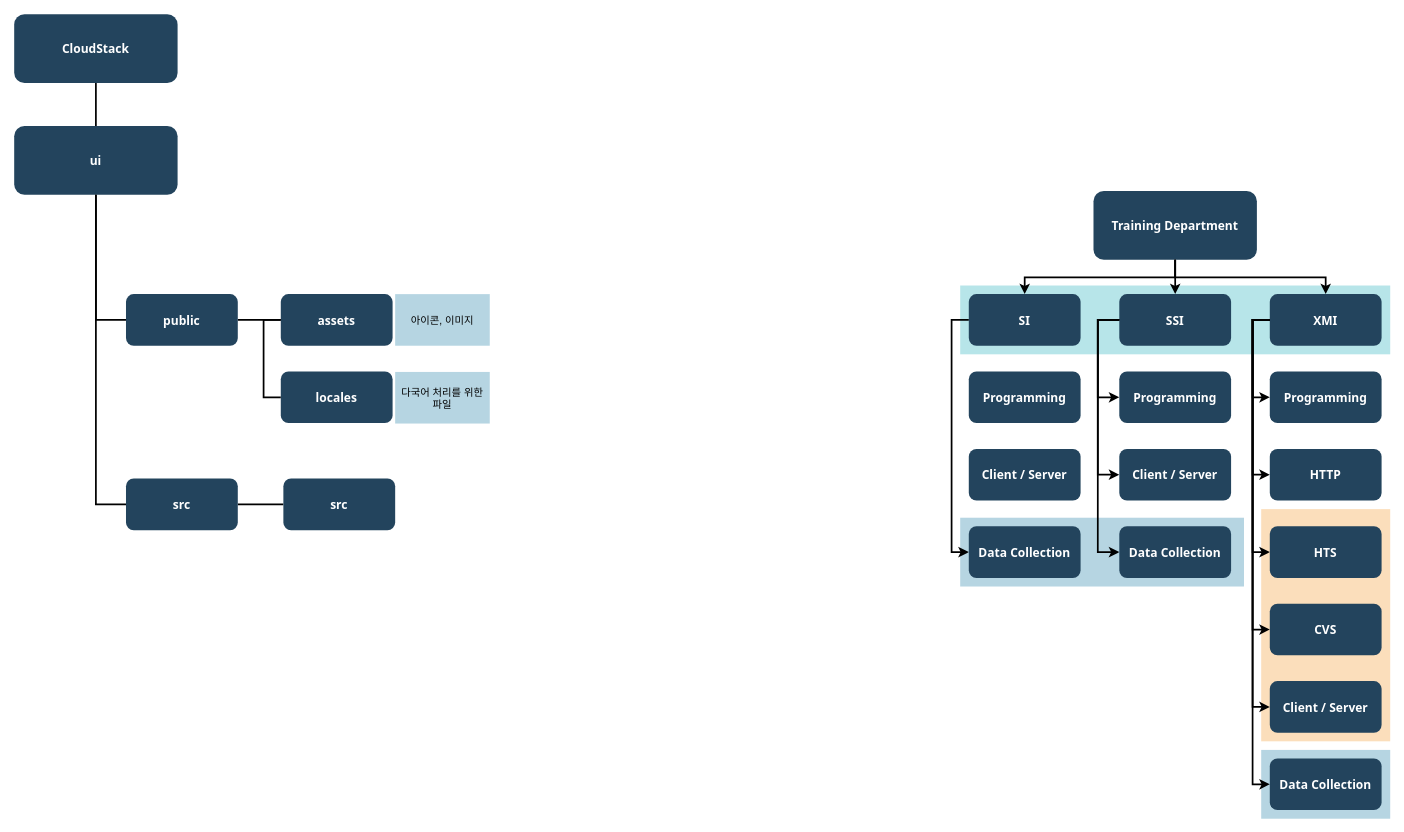
Before: 파일트리 다이어그램.drawio in stardom3645/wiki, a draw.io diagram. Source tidied: cells renumbered, new cells numbered last; positions are measured from the earlier drawing's top-left corner, leaving out a move shared by most shapes. Both pictures are drawn from the tidied source at 86%, with x=0, y=0 at pixel (14, 14).
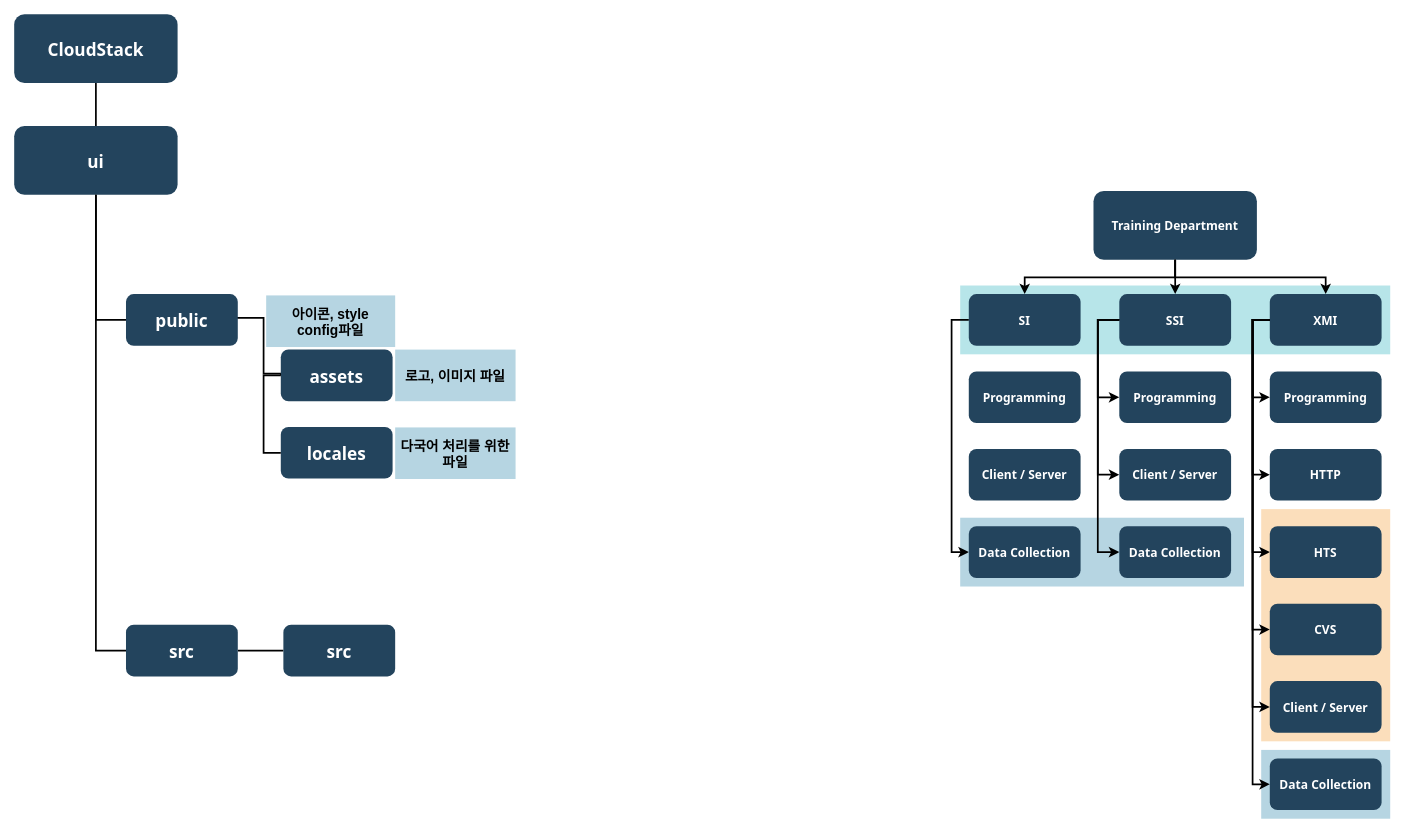
The same diagram, later.

Commit message (it also covers changes not shown here):
파일트리 다이어그램.drawio 업데이트

The edit, as a diff of the source:
```diff
@@
-    <mxCell id="6" value="CloudStack" style="rounded=1;fillColor=#23445D;gradientColor=none;strokeColor=none;fontColor=#FFFFFF;fontStyle=1;fontFamily=Tahoma;fontSize=14;" parent="1" vertex="1">
+    <mxCell id="6" value="CloudStack" style="rounded=1;fillColor=#23445D;gradientColor=none;strokeColor=none;fontColor=#FFFFFF;fontStyle=1;fontFamily=Tahoma;fontSize=20;" parent="1" vertex="1">
       <mxGeometry width="190" height="80" as="geometry" />
     </mxCell>
@@
-    <mxCell id="8" value="ui" style="rounded=1;fillColor=#23445D;gradientColor=none;strokeColor=none;fontColor=#FFFFFF;fontStyle=1;fontFamily=Tahoma;fontSize=14;" parent="1" vertex="1">
+    <mxCell id="8" value="ui" style="rounded=1;fillColor=#23445D;gradientColor=none;strokeColor=none;fontColor=#FFFFFF;fontStyle=1;fontFamily=Tahoma;fontSize=20;" parent="1" vertex="1">
       <mxGeometry y="130" width="190" height="80" as="geometry" />
     </mxCell>
-    <mxCell id="9" style="edgeStyle=orthogonalEdgeStyle;rounded=0;jettySize=auto;html=1;exitX=1;exitY=0.5;exitDx=0;exitDy=0;entryX=0;entryY=0.5;entryDx=0;entryDy=0;endArrow=none;endFill=0;fontSize=25;strokeWidth=2;" parent="1" edge="1" source="10" target="13">
-      <mxGeometry relative="1" as="geometry" />
+    <mxCell id="9" style="edgeStyle=orthogonalEdgeStyle;rounded=0;jettySize=auto;html=1;exitX=1;exitY=0.5;exitDx=0;exitDy=0;entryX=0;entryY=0.5;entryDx=0;entryDy=0;endArrow=none;endFill=0;fontSize=25;strokeWidth=2;" parent="1" edge="1" target="13">
+      <mxGeometry relative="1" as="geometry">
+        <mxPoint x="259" y="353" as="sourcePoint" />
+        <Array as="points">
+          <mxPoint x="290" y="353" />
+          <mxPoint x="290" y="418" />
+          <mxPoint x="310" y="418" />
+        </Array>
+      </mxGeometry>
     </mxCell>
-    <mxCell id="10" value="public" style="rounded=1;fillColor=#23445D;gradientColor=none;strokeColor=none;fontColor=#FFFFFF;fontStyle=1;fontFamily=Tahoma;fontSize=14;" parent="1" vertex="1">
+    <mxCell id="10" value="public" style="rounded=1;fillColor=#23445D;gradientColor=none;strokeColor=none;fontColor=#FFFFFF;fontStyle=1;fontFamily=Tahoma;fontSize=20;" parent="1" vertex="1">
       <mxGeometry x="130" y="325.5" width="130" height="60" as="geometry" />
     </mxCell>
@@
-    <mxCell id="12" value="src" style="rounded=1;fillColor=#23445D;gradientColor=none;strokeColor=none;fontColor=#FFFFFF;fontStyle=1;fontFamily=Tahoma;fontSize=14;" parent="1" vertex="1">
-      <mxGeometry x="130" y="540" width="130" height="60" as="geometry" />
+    <mxCell id="12" value="src" style="rounded=1;fillColor=#23445D;gradientColor=none;strokeColor=none;fontColor=#FFFFFF;fontStyle=1;fontFamily=Tahoma;fontSize=20;" parent="1" vertex="1">
+      <mxGeometry x="130" y="710" width="130" height="60" as="geometry" />
     </mxCell>
-    <mxCell id="13" value="assets" style="rounded=1;fillColor=#23445D;gradientColor=none;strokeColor=none;fontColor=#FFFFFF;fontStyle=1;fontFamily=Tahoma;fontSize=14;" parent="1" vertex="1">
-      <mxGeometry x="310" y="325.5" width="130" height="60" as="geometry" />
+    <mxCell id="13" value="assets" style="rounded=1;fillColor=#23445D;gradientColor=none;strokeColor=none;fontColor=#FFFFFF;fontStyle=1;fontFamily=Tahoma;fontSize=20;" parent="1" vertex="1">
+      <mxGeometry x="310" y="390" width="130" height="60" as="geometry" />
     </mxCell>
-    <mxCell id="14" value="locales" style="rounded=1;fillColor=#23445D;gradientColor=none;strokeColor=none;fontColor=#FFFFFF;fontStyle=1;fontFamily=Tahoma;fontSize=14;" parent="1" vertex="1">
-      <mxGeometry x="310" y="415.5" width="130" height="60" as="geometry" />
+    <mxCell id="14" value="locales" style="rounded=1;fillColor=#23445D;gradientColor=none;strokeColor=none;fontColor=#FFFFFF;fontStyle=1;fontFamily=Tahoma;fontSize=20;" parent="1" vertex="1">
+      <mxGeometry x="310" y="480" width="130" height="60" as="geometry" />
     </mxCell>
@@
     <mxCell id="33" style="edgeStyle=elbowEdgeStyle;elbow=horizontal;strokeWidth=2;rounded=0;endArrow=none;endFill=0;" parent="1" edge="1" source="13" target="14">
-      <mxGeometry x="-23" y="135.5" as="geometry">
+      <mxGeometry x="-23" y="200" as="geometry">
         <Array as="points">
-          <mxPoint x="290" y="405.5" />
+          <mxPoint x="290" y="470" />
         </Array>
       </mxGeometry>
     </mxCell>
@@
-    <mxCell id="47" value="src" style="rounded=1;fillColor=#23445D;gradientColor=none;strokeColor=none;fontColor=#FFFFFF;fontStyle=1;fontFamily=Tahoma;fontSize=14;" parent="1" vertex="1">
-      <mxGeometry x="313" y="540" width="130" height="60" as="geometry" />
+    <mxCell id="47" value="src" style="rounded=1;fillColor=#23445D;gradientColor=none;strokeColor=none;fontColor=#FFFFFF;fontStyle=1;fontFamily=Tahoma;fontSize=20;" parent="1" vertex="1">
+      <mxGeometry x="313" y="710" width="130" height="60" as="geometry" />
     </mxCell>
-    <mxCell id="48" value="아이콘, 이미지" style="fillColor=#10739E;strokeColor=none;opacity=30;" parent="1" vertex="1">
-      <mxGeometry x="443" y="325.5" width="110" height="60" as="geometry" />
+    <mxCell id="48" value="로고, 이미지 파일" style="fillColor=#10739E;strokeColor=none;opacity=30;fontStyle=1;fontSize=16;" parent="1" vertex="1">
+      <mxGeometry x="443" y="390" width="140" height="60" as="geometry" />
     </mxCell>
-    <mxCell id="49" value="다국어 처리를 위한&#10;파일" style="fillColor=#10739E;strokeColor=none;opacity=30;" parent="1" vertex="1">
-      <mxGeometry x="443" y="416" width="110" height="60" as="geometry" />
+    <mxCell id="49" value="다국어 처리를 위한&#10;파일" style="fillColor=#10739E;strokeColor=none;opacity=30;fontStyle=1;fontSize=16;" parent="1" vertex="1">
+      <mxGeometry x="443" y="480.5" width="140" height="60" as="geometry" />
     </mxCell>
+    <mxCell id="50" value="아이콘, style &#10;config파일" style="fillColor=#10739E;strokeColor=none;opacity=30;fontStyle=1;fontSize=16;" parent="1" vertex="1">
+      <mxGeometry x="293" y="327" width="150" height="60" as="geometry" />
+    </mxCell>
```
